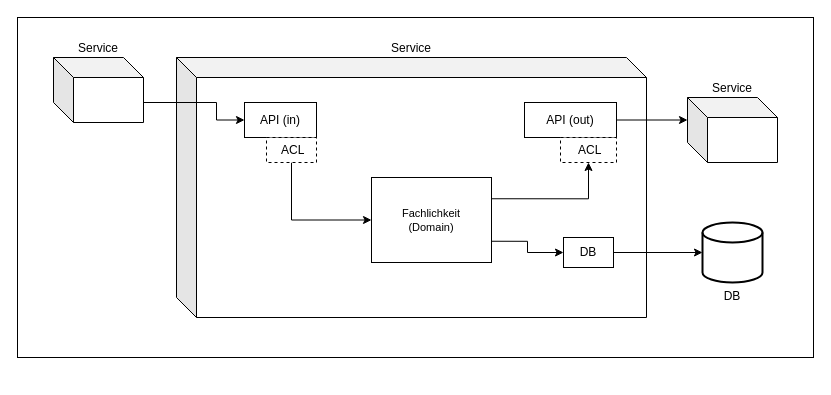
The draw.io diagram images/steps/software-architecture-guide-step-5.drawio in coc-university/software-architecture-guide, before the edit. Source tidied: cells renumbered, new cells numbered last; positions are measured from the earlier drawing's top-left corner, leaving out a move shared by most shapes. Both pictures are drawn from the tidied source at 100%, with x=0, y=0 at pixel (17, 17).
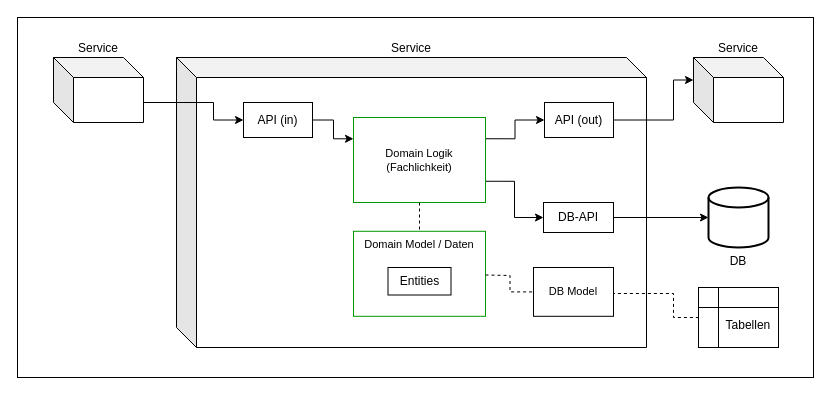
The same page after the edit.

Unchanged cells that the change refers to:
```xml
<mxCell id="12" value="Service" style="shape=cube;whiteSpace=wrap;html=1;boundedLbl=1;backgroundOutline=1;darkOpacity=0.05;darkOpacity2=0.1;labelPosition=center;verticalLabelPosition=top;align=center;verticalAlign=bottom;" parent="1" vertex="1">
  <mxGeometry x="36" y="40" width="90" height="65" as="geometry" />
</mxCell>
```

Diff of the diagram source:
```diff
@@
     <mxCell id="2" style="rounded=0;whiteSpace=wrap;html=1;" parent="1" vertex="1">
-      <mxGeometry width="796" height="340" as="geometry" />
+      <mxGeometry width="796" height="360" as="geometry" />
     </mxCell>
     <mxCell id="3" value="Service" style="shape=cube;whiteSpace=wrap;html=1;boundedLbl=1;backgroundOutline=1;darkOpacity=0.05;darkOpacity2=0.1;labelPosition=center;verticalLabelPosition=top;align=center;verticalAlign=bottom;" parent="1" vertex="1">
-      <mxGeometry x="159" y="40" width="470" height="260" as="geometry" />
+      <mxGeometry x="159" y="40" width="470" height="290" as="geometry" />
     </mxCell>
+    <mxCell id="19" value="Domain Model / Daten" style="rounded=0;whiteSpace=wrap;html=1;fontFamily=Helvetica;fontSize=11;fontColor=default;labelBackgroundColor=default;strokeColor=#009900;verticalAlign=top;" parent="1" vertex="1">
+      <mxGeometry x="336" y="213.8" width="132" height="85" as="geometry" />
+    </mxCell>
+    <mxCell id="20" style="edgeStyle=orthogonalEdgeStyle;rounded=0;jettySize=auto;html=1;exitX=1;exitY=0.5;exitDx=0;exitDy=0;entryX=0;entryY=0.25;entryDx=0;entryDy=0;" parent="1" edge="1" source="4" target="18">
+      <mxGeometry relative="1" as="geometry">
+        <Array as="points">
+          <mxPoint x="316" y="103" />
+          <mxPoint x="316" y="121" />
+        </Array>
+      </mxGeometry>
+    </mxCell>
     <mxCell id="4" value="API (in)" style="rounded=0;whiteSpace=wrap;html=1;labelPosition=center;verticalLabelPosition=middle;align=center;verticalAlign=middle;strokeColor=light-dark(#000000,#FFFFFF);" parent="1" vertex="1">
-      <mxGeometry x="227" y="85" width="72" height="35" as="geometry" />
+      <mxGeometry x="226" y="85" width="69" height="35" as="geometry" />
     </mxCell>
     <mxCell id="5" value="API (out)" style="rounded=0;whiteSpace=wrap;html=1;labelPosition=center;verticalLabelPosition=middle;align=center;verticalAlign=middle;strokeColor=light-dark(#000000,#FFFFFF);" parent="1" vertex="1">
-      <mxGeometry x="507" y="85" width="92" height="35" as="geometry" />
+      <mxGeometry x="527" y="85" width="69" height="35" as="geometry" />
     </mxCell>
@@
-    <mxCell id="7" value="DB" style="rounded=0;whiteSpace=wrap;html=1;labelPosition=center;verticalLabelPosition=middle;align=center;verticalAlign=middle;strokeColor=light-dark(#000000,#FFFFFF);" parent="1" vertex="1">
-      <mxGeometry x="546" y="220" width="50" height="30" as="geometry" />
+    <mxCell id="7" value="DB-API" style="rounded=0;whiteSpace=wrap;html=1;labelPosition=center;verticalLabelPosition=middle;align=center;verticalAlign=middle;strokeColor=light-dark(#000000,#FFFFFF);" parent="1" vertex="1">
+      <mxGeometry x="526" y="185" width="70" height="30" as="geometry" />
     </mxCell>
     <mxCell id="8" value="Service" style="shape=cube;whiteSpace=wrap;html=1;boundedLbl=1;backgroundOutline=1;darkOpacity=0.05;darkOpacity2=0.1;labelPosition=center;verticalLabelPosition=top;align=center;verticalAlign=bottom;" parent="1" vertex="1">
-      <mxGeometry x="670" y="80" width="90" height="65" as="geometry" />
+      <mxGeometry x="676" y="40" width="90" height="65" as="geometry" />
     </mxCell>
     <mxCell id="9" value="DB" style="strokeWidth=2;html=1;shape=mxgraph.flowchart.database;whiteSpace=wrap;labelPosition=center;verticalLabelPosition=bottom;align=center;verticalAlign=top;" parent="1" vertex="1">
-      <mxGeometry x="685" y="205" width="60" height="60" as="geometry" />
+      <mxGeometry x="691" y="170" width="60" height="60" as="geometry" />
     </mxCell>
-    <mxCell id="10" style="edgeStyle=orthogonalEdgeStyle;rounded=0;jettySize=auto;html=1;exitX=1;exitY=0.5;exitDx=0;exitDy=0;entryX=0;entryY=0;entryDx=0;entryDy=22.5;entryPerimeter=0;" parent="1" edge="1" source="5" target="8">
-      <mxGeometry relative="1" as="geometry">
-        <Array as="points">
-          <mxPoint x="666" y="103" />
-          <mxPoint x="666" y="103" />
-        </Array>
-      </mxGeometry>
-    </mxCell>
     <mxCell id="11" style="edgeStyle=orthogonalEdgeStyle;rounded=0;jettySize=auto;html=1;exitX=0;exitY=0;exitDx=90;exitDy=45;exitPerimeter=0;entryX=0;entryY=0.5;entryDx=0;entryDy=0;" parent="1" edge="1" source="12" target="4">
       <mxGeometry relative="1" as="geometry">
         <Array as="points">
-          <mxPoint x="199" y="85" />
-          <mxPoint x="199" y="103" />
+          <mxPoint x="196" y="85" />
+          <mxPoint x="196" y="103" />
         </Array>
       </mxGeometry>
     </mxCell>
@@
-    <mxCell id="13" value="&amp;nbsp;&lt;span style=&quot;background-color: transparent; color: light-dark(rgb(0, 0, 0), rgb(255, 255, 255));&quot;&gt;ACL&lt;/span&gt;" style="rounded=0;whiteSpace=wrap;html=1;labelPosition=center;verticalLabelPosition=middle;align=center;verticalAlign=middle;strokeColor=light-dark(#000000,#FFFFFF);dashed=1;" parent="1" vertex="1">
-      <mxGeometry x="543" y="120" width="56" height="25" as="geometry" />
-    </mxCell>
-    <mxCell id="14" style="edgeStyle=orthogonalEdgeStyle;shape=connector;rounded=0;jettySize=auto;html=1;exitX=0.5;exitY=1;exitDx=0;exitDy=0;entryX=0;entryY=0.5;entryDx=0;entryDy=0;strokeColor=default;align=center;verticalAlign=middle;fontFamily=Helvetica;fontSize=11;fontColor=default;labelBackgroundColor=default;endArrow=classic;endFill=1;" parent="1" edge="1" source="15" target="18">
-      <mxGeometry relative="1" as="geometry" />
-    </mxCell>
-    <mxCell id="15" value="&amp;nbsp;&lt;span style=&quot;background-color: transparent; color: light-dark(rgb(0, 0, 0), rgb(255, 255, 255));&quot;&gt;ACL&lt;/span&gt;" style="rounded=0;whiteSpace=wrap;html=1;labelPosition=center;verticalLabelPosition=middle;align=center;verticalAlign=middle;strokeColor=light-dark(#000000,#FFFFFF);dashed=1;" parent="1" vertex="1">
-      <mxGeometry x="249" y="120" width="50" height="25" as="geometry" />
-    </mxCell>
-    <mxCell id="16" style="edgeStyle=orthogonalEdgeStyle;shape=connector;rounded=0;jettySize=auto;html=1;exitX=1;exitY=0.25;exitDx=0;exitDy=0;entryX=0.5;entryY=1;entryDx=0;entryDy=0;strokeColor=default;align=center;verticalAlign=middle;fontFamily=Helvetica;fontSize=11;fontColor=default;labelBackgroundColor=default;endArrow=classic;endFill=1;" parent="1" edge="1" source="18" target="13">
-      <mxGeometry relative="1" as="geometry" />
-    </mxCell>
@@
+    <mxCell id="21" style="edgeStyle=orthogonalEdgeStyle;rounded=0;jettySize=auto;html=1;exitX=1;exitY=0.25;exitDx=0;exitDy=0;entryX=0;entryY=0.5;entryDx=0;entryDy=0;" parent="1" edge="1" source="18" target="5">
+      <mxGeometry relative="1" as="geometry" />
+    </mxCell>
+    <mxCell id="22" style="edgeStyle=orthogonalEdgeStyle;rounded=0;jettySize=auto;html=1;exitX=0.5;exitY=1;exitDx=0;exitDy=0;entryX=0.5;entryY=0;entryDx=0;entryDy=0;dashed=1;endArrow=none;endFill=0;" parent="1" edge="1" source="18" target="19">
+      <mxGeometry relative="1" as="geometry" />
+    </mxCell>
-    <mxCell id="18" value="Fachlichkeit&lt;div&gt;(Domain)&lt;/div&gt;" style="rounded=0;whiteSpace=wrap;html=1;fontFamily=Helvetica;fontSize=11;fontColor=default;labelBackgroundColor=default;" parent="1" vertex="1">
-      <mxGeometry x="354" y="160" width="120" height="85" as="geometry" />
+    <mxCell id="18" value="&lt;div&gt;Domain Logik&lt;/div&gt;&lt;div&gt;(&lt;span style=&quot;background-color: light-dark(#ffffff, var(--ge-dark-color, #121212)); color: light-dark(rgb(0, 0, 0), rgb(255, 255, 255));&quot;&gt;Fachlichkeit)&lt;/span&gt;&lt;/div&gt;" style="rounded=0;whiteSpace=wrap;html=1;fontFamily=Helvetica;fontSize=11;fontColor=default;labelBackgroundColor=default;strokeColor=#009900;" parent="1" vertex="1">
+      <mxGeometry x="336" y="100" width="132" height="85" as="geometry" />
     </mxCell>
+    <mxCell id="23" style="edgeStyle=orthogonalEdgeStyle;rounded=0;jettySize=auto;html=1;exitX=1;exitY=0.5;exitDx=0;exitDy=0;endArrow=none;endFill=0;dashed=1;" parent="1" edge="1" target="27">
+      <mxGeometry relative="1" as="geometry">
+        <mxPoint x="468" y="257.5" as="sourcePoint" />
+      </mxGeometry>
+    </mxCell>
+    <mxCell id="24" value="Entities" style="rounded=0;whiteSpace=wrap;html=1;labelPosition=center;verticalLabelPosition=middle;align=center;verticalAlign=middle;strokeColor=light-dark(#000000,#009900);" parent="1" vertex="1">
+      <mxGeometry x="370.5" y="250" width="63" height="27.5" as="geometry" />
+    </mxCell>
+    <mxCell id="25" value="&lt;div&gt;&lt;br&gt;&lt;/div&gt;&amp;nbsp; &amp;nbsp; &amp;nbsp; Tabellen" style="shape=internalStorage;whiteSpace=wrap;html=1;backgroundOutline=1;" parent="1" vertex="1">
+      <mxGeometry x="681" y="270" width="80" height="60" as="geometry" />
+    </mxCell>
+    <mxCell id="26" style="edgeStyle=orthogonalEdgeStyle;rounded=0;jettySize=auto;html=1;exitX=1;exitY=0.5;exitDx=0;exitDy=0;endArrow=none;endFill=0;dashed=1;" parent="1" edge="1" source="27" target="25">
+      <mxGeometry relative="1" as="geometry">
+        <Array as="points">
+          <mxPoint x="596" y="276" />
+          <mxPoint x="656" y="276" />
+          <mxPoint x="656" y="300" />
+        </Array>
+      </mxGeometry>
+    </mxCell>
+    <mxCell id="27" value="DB Model" style="rounded=0;whiteSpace=wrap;html=1;fontFamily=Helvetica;fontSize=11;fontColor=default;labelBackgroundColor=default;verticalAlign=middle;" parent="1" vertex="1">
+      <mxGeometry x="516" y="250" width="80" height="48.8" as="geometry" />
+    </mxCell>
+    <mxCell id="10" style="edgeStyle=orthogonalEdgeStyle;rounded=0;jettySize=auto;html=1;exitX=1;exitY=0.5;exitDx=0;exitDy=0;entryX=0;entryY=0;entryDx=0;entryDy=22.5;entryPerimeter=0;" parent="1" edge="1" source="5" target="8">
+      <mxGeometry relative="1" as="geometry">
+        <Array as="points">
+          <mxPoint x="656" y="103" />
+          <mxPoint x="656" y="63" />
+          <mxPoint x="676" y="63" />
+        </Array>
+      </mxGeometry>
+    </mxCell>
```
